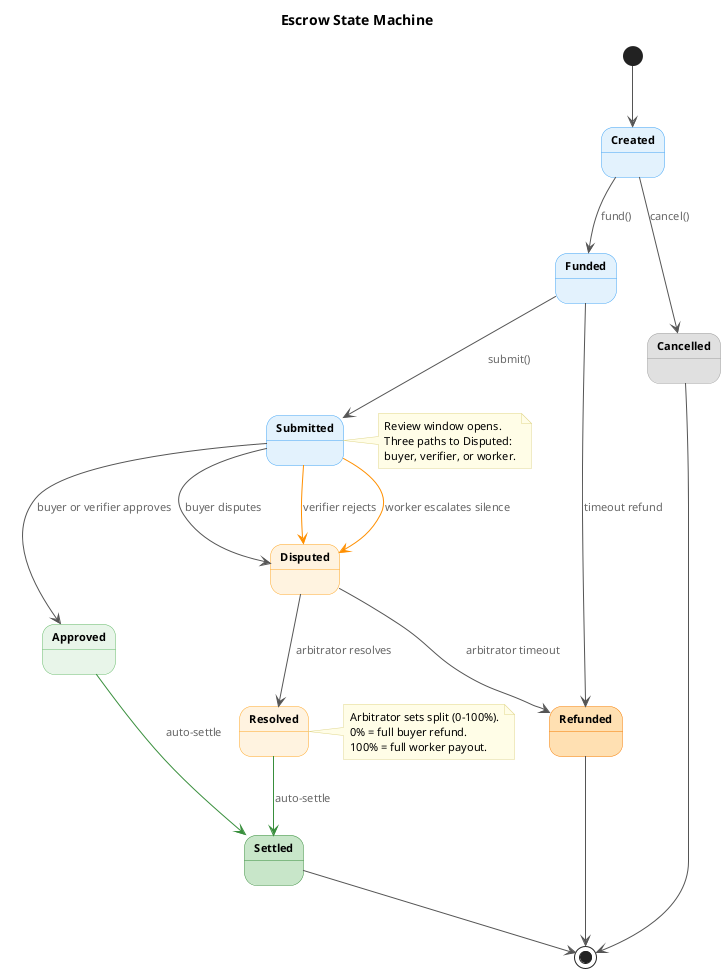
The PlantUML diagram docs/diagrams/state-machine.png in eddiefleurent/agent-escrow, before a commit. Its source is kept beside it as docs/diagrams/state-machine.puml. The source it was exported from:
```plantuml
@startuml state-machine
skinparam backgroundColor #FFFFFF
skinparam defaultFontName "Helvetica"
skinparam defaultFontSize 13
skinparam shadowing false
skinparam ArrowColor #555555
skinparam ArrowFontSize 11
skinparam ArrowFontColor #666666

skinparam state {
  FontSize 14
  FontStyle bold
  AttributeFontSize 11
}

skinparam note {
  BackgroundColor #FFFDE7
  BorderColor #E0D68A
  FontSize 11
}

title Escrow State Machine

state Created #E3F2FD ##42A5F5
state Funded #E3F2FD ##42A5F5
state Submitted #E3F2FD ##42A5F5
state Approved #E8F5E9 ##66BB6A
state Disputed #FFF3E0 ##FFA726
state Resolved #FFF3E0 ##FFA726

state Settled #C8E6C9 ##388E3C
state Refunded #FFE0B2 ##F57C00
state Cancelled #E0E0E0 ##9E9E9E

[*] --> Created

Created --> Funded : fund()
Created --> Cancelled : cancel()

Funded --> Submitted : submit()
Funded --> Refunded : timeout refund

Submitted --> Approved : buyer or verifier approves
Submitted --> Disputed : buyer disputes
Submitted -[#FF8F00]-> Disputed : verifier rejects
Submitted -[#FF8F00]-> Disputed : worker escalates silence

Disputed --> Resolved : arbitrator resolves
Disputed --> Refunded : arbitrator timeout

Approved -[#388E3C]-> Settled : auto-settle
Resolved -[#388E3C]-> Settled : auto-settle

Cancelled --> [*]
Refunded --> [*]
Settled --> [*]

note right of Submitted
  Review window opens.
  Three paths to Disputed:
  buyer, verifier, or worker.
end note

note right of Resolved
  Arbitrator sets split (0-100%).
  0% = full buyer refund.
  100% = full worker payout.
end note

@enduml
```
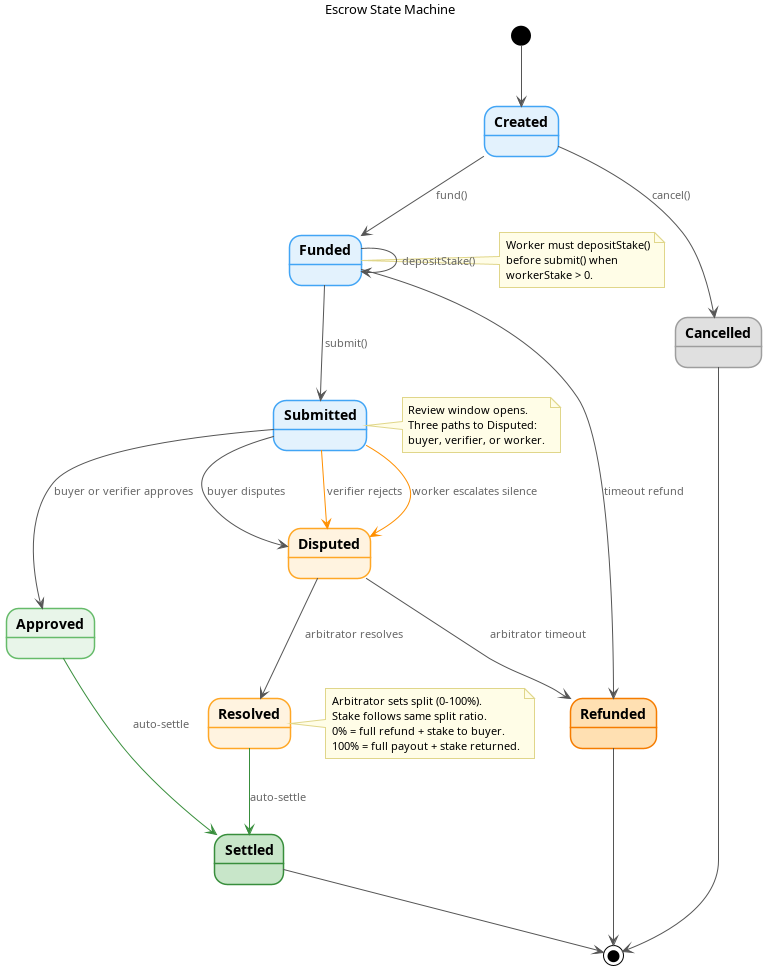
After the commit.

The edit, as a diff of the source:
```diff
@@ -37,6 +37,7 @@
 Created --> Funded : fund()
 Created --> Cancelled : cancel()
 
+Funded --> Funded : depositStake()
 Funded --> Submitted : submit()
 Funded --> Refunded : timeout refund
 
@@ -55,6 +56,12 @@
 Refunded --> [*]
 Settled --> [*]
 
+note right of Funded
+  Worker must depositStake()
+  before submit() when
+  workerStake > 0.
+end note
+
 note right of Submitted
   Review window opens.
   Three paths to Disputed:
@@ -63,8 +70,9 @@
 
 note right of Resolved
   Arbitrator sets split (0-100%).
-  0% = full buyer refund.
-  100% = full worker payout.
+  Stake follows same split ratio.
+  0% = full refund + stake to buyer.
+  100% = full payout + stake returned.
 end note
 
 @enduml
```
